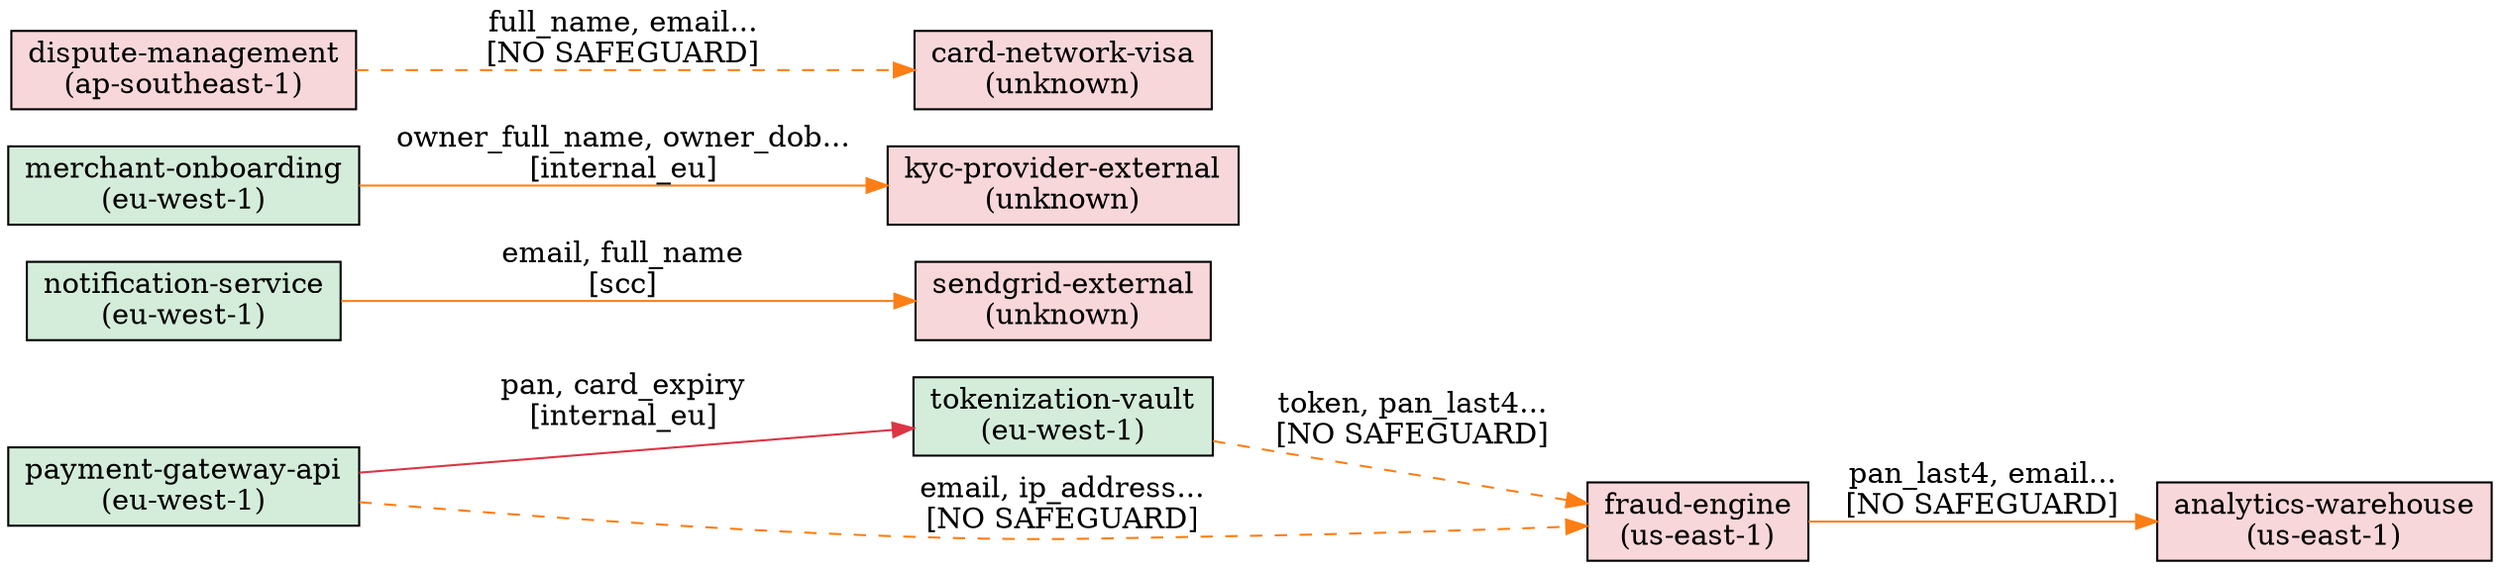
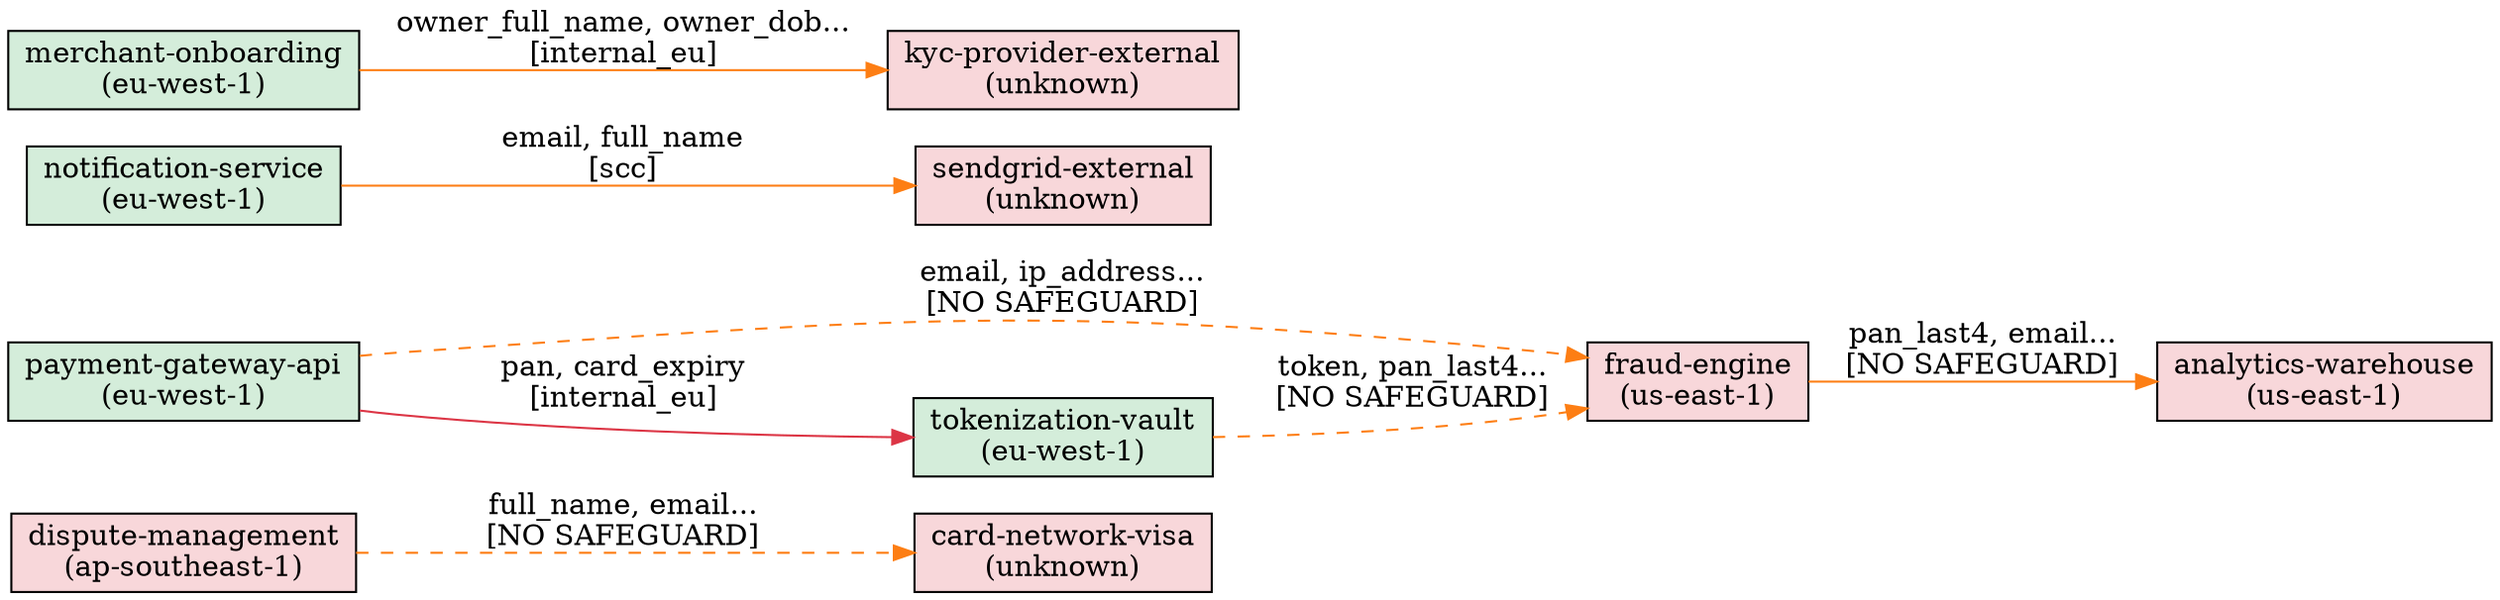
digraph data_flows {
  rankdir=LR;
  node [shape=box, style=filled];

-   "tokenization-vault" [label="tokenization-vault\n(eu-west-1)", fillcolor="#d4edda"];
+   "card-network-visa" [label="card-network-visa\n(unknown)", fillcolor="#f8d7da"];
+   "analytics-warehouse" [label="analytics-warehouse\n(us-east-1)", fillcolor="#f8d7da"];
+   "dispute-management" [label="dispute-management\n(ap-southeast-1)", fillcolor="#f8d7da"];
  "sendgrid-external" [label="sendgrid-external\n(unknown)", fillcolor="#f8d7da"];
-   "analytics-warehouse" [label="analytics-warehouse\n(us-east-1)", fillcolor="#f8d7da"];
-   "merchant-onboarding" [label="merchant-onboarding\n(eu-west-1)", fillcolor="#d4edda"];
-   "card-network-visa" [label="card-network-visa\n(unknown)", fillcolor="#f8d7da"];
  "notification-service" [label="notification-service\n(eu-west-1)", fillcolor="#d4edda"];
  "fraud-engine" [label="fraud-engine\n(us-east-1)", fillcolor="#f8d7da"];
  "kyc-provider-external" [label="kyc-provider-external\n(unknown)", fillcolor="#f8d7da"];
-   "dispute-management" [label="dispute-management\n(ap-southeast-1)", fillcolor="#f8d7da"];
+   "tokenization-vault" [label="tokenization-vault\n(eu-west-1)", fillcolor="#d4edda"];
  "payment-gateway-api" [label="payment-gateway-api\n(eu-west-1)", fillcolor="#d4edda"];
+   "merchant-onboarding" [label="merchant-onboarding\n(eu-west-1)", fillcolor="#d4edda"];

  "payment-gateway-api" -> "tokenization-vault" [label="pan, card_expiry\n[internal_eu]", color="#dc3545", style=solid];
  "payment-gateway-api" -> "fraud-engine" [label="email, ip_address...\n[NO SAFEGUARD]", color="#fd7e14", style=dashed];
  "tokenization-vault" -> "fraud-engine" [label="token, pan_last4...\n[NO SAFEGUARD]", color="#fd7e14", style=dashed];
  "fraud-engine" -> "analytics-warehouse" [label="pan_last4, email...\n[NO SAFEGUARD]", color="#fd7e14", style=solid];
  "notification-service" -> "sendgrid-external" [label="email, full_name\n[scc]", color="#fd7e14", style=solid];
  "merchant-onboarding" -> "kyc-provider-external" [label="owner_full_name, owner_dob...\n[internal_eu]", color="#fd7e14", style=solid];
  "dispute-management" -> "card-network-visa" [label="full_name, email...\n[NO SAFEGUARD]", color="#fd7e14", style=dashed];
}
